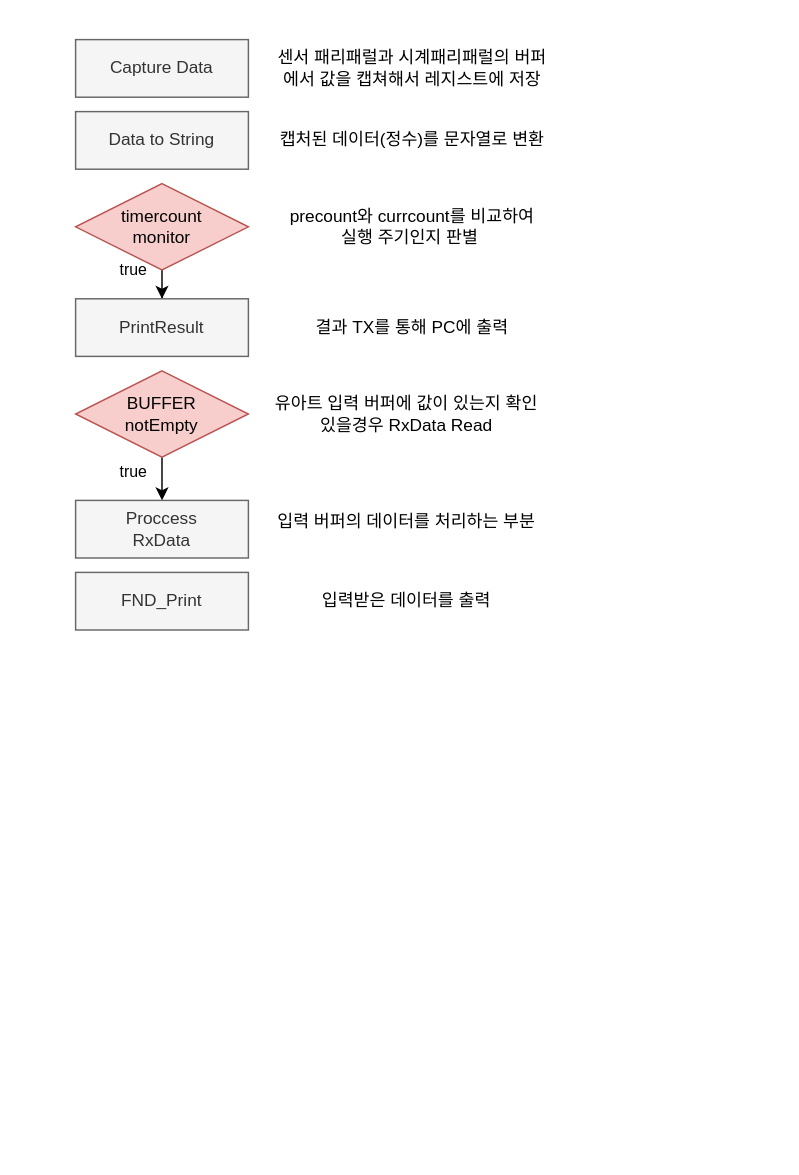
cong2738/my_RISC-V keeps this draw.io diagram as 4월 C코드 설명.drawio. Above is the earlier version. Source tidied: cells renumbered, new cells numbered last; positions are measured from the earlier drawing's top-left corner, leaving out a move shared by most shapes. Both pictures are drawn from the tidied source at 144%, with x=0, y=0 at pixel (75, 39).
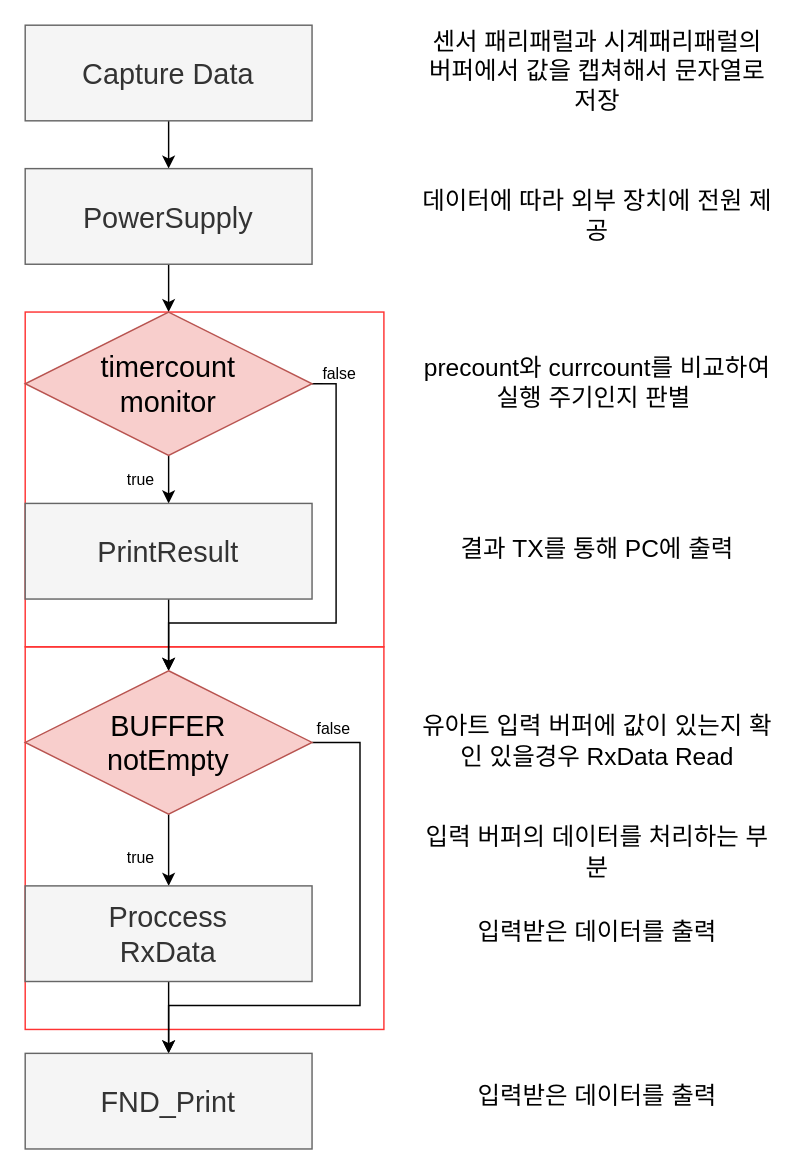
Above is the later version.

The edit, as a diff of the source:
```diff
@@
+    <mxCell id="18" style="rounded=0;whiteSpace=wrap;html=1;fillColor=none;strokeColor=#FF3333;" parent="1" vertex="1">
+      <mxGeometry x="-35" y="189.2" width="249.1" height="232.5" as="geometry" />
+    </mxCell>
+    <mxCell id="19" style="rounded=0;whiteSpace=wrap;html=1;fillColor=none;strokeColor=#FF3333;" parent="1" vertex="1">
+      <mxGeometry x="-35" y="421.7" width="249.1" height="265.7" as="geometry" />
+    </mxCell>
+    <mxCell id="20" style="edgeStyle=orthogonalEdgeStyle;rounded=0;jettySize=auto;html=1;entryX=0.5;entryY=0;entryDx=0;entryDy=0;" parent="1" edge="1" source="2" target="22">
+      <mxGeometry relative="1" as="geometry" />
+    </mxCell>
-    <mxCell id="2" value="Capture Data" style="rounded=0;whiteSpace=wrap;html=1;fillColor=#f5f5f5;fontColor=#333333;strokeColor=#666666;" parent="1" vertex="1">
-      <mxGeometry width="120" height="40" as="geometry" />
+    <mxCell id="2" value="Capture Data" style="rounded=0;whiteSpace=wrap;html=1;fillColor=#f5f5f5;fontColor=#333333;strokeColor=#666666;fontSize=20;" parent="1" vertex="1">
+      <mxGeometry x="-35" y="-10" width="199.2" height="66.4" as="geometry" />
     </mxCell>
-    <mxCell id="3" value="Data to String" style="rounded=0;whiteSpace=wrap;html=1;fillColor=#f5f5f5;fontColor=#333333;strokeColor=#666666;" parent="1" vertex="1">
-      <mxGeometry y="50" width="120" height="40" as="geometry" />
-    </mxCell>
+    <mxCell id="21" style="edgeStyle=orthogonalEdgeStyle;rounded=0;jettySize=auto;html=1;entryX=0.5;entryY=0;entryDx=0;entryDy=0;" parent="1" edge="1" source="22" target="5">
+      <mxGeometry relative="1" as="geometry" />
+    </mxCell>
+    <mxCell id="22" value="PowerSupply" style="rounded=0;whiteSpace=wrap;html=1;fillColor=#f5f5f5;fontColor=#333333;strokeColor=#666666;fontSize=20;" parent="1" vertex="1">
+      <mxGeometry x="-35" y="89.6" width="199.2" height="66.4" as="geometry" />
+    </mxCell>
@@
+    <mxCell id="23" style="edgeStyle=orthogonalEdgeStyle;rounded=0;jettySize=auto;html=1;entryX=0.5;entryY=0;entryDx=0;entryDy=0;" parent="1" edge="1" source="5" target="8">
+      <mxGeometry relative="1" as="geometry">
+        <Array as="points">
+          <mxPoint x="180.9" y="239.1" />
+          <mxPoint x="180.9" y="405.1" />
+          <mxPoint x="64.6" y="405.1" />
+        </Array>
+      </mxGeometry>
+    </mxCell>
+    <mxCell id="24" value="false" style="edgeLabel;html=1;align=center;verticalAlign=middle;" parent="23" vertex="1">
+      <mxGeometry x="-0.87" y="2" relative="1" as="geometry">
+        <mxPoint y="-13" as="offset" />
+      </mxGeometry>
+    </mxCell>
-    <mxCell id="5" value="timercount&lt;div&gt;monitor&lt;/div&gt;" style="rhombus;whiteSpace=wrap;html=1;fillColor=#f8cecc;strokeColor=#b85450;" parent="1" vertex="1">
-      <mxGeometry y="100" width="120" height="60" as="geometry" />
+    <mxCell id="5" value="timercount&lt;div&gt;monitor&lt;/div&gt;" style="rhombus;whiteSpace=wrap;html=1;fillColor=#f8cecc;strokeColor=#b85450;fontSize=20;" parent="1" vertex="1">
+      <mxGeometry x="-35" y="189.2" width="199.2" height="99.6" as="geometry" />
     </mxCell>
+    <mxCell id="25" style="edgeStyle=orthogonalEdgeStyle;rounded=0;jettySize=auto;html=1;" parent="1" edge="1" source="6" target="8">
+      <mxGeometry relative="1" as="geometry" />
+    </mxCell>
-    <mxCell id="6" value="PrintResult" style="rounded=0;whiteSpace=wrap;html=1;fillColor=#f5f5f5;fontColor=#333333;strokeColor=#666666;" parent="1" vertex="1">
-      <mxGeometry y="180" width="120" height="40" as="geometry" />
+    <mxCell id="6" value="PrintResult" style="rounded=0;whiteSpace=wrap;html=1;fillColor=#f5f5f5;fontColor=#333333;strokeColor=#666666;fontSize=20;" parent="1" vertex="1">
+      <mxGeometry x="-35" y="322.1" width="199.2" height="66.4" as="geometry" />
     </mxCell>
@@
+    <mxCell id="26" style="edgeStyle=orthogonalEdgeStyle;rounded=0;jettySize=auto;html=1;entryX=0.5;entryY=0;entryDx=0;entryDy=0;" parent="1" edge="1" source="8" target="10">
+      <mxGeometry relative="1" as="geometry">
+        <Array as="points">
+          <mxPoint x="197.5" y="488.1" />
+          <mxPoint x="197.5" y="670.8" />
+          <mxPoint x="64.6" y="670.8" />
+        </Array>
+      </mxGeometry>
+    </mxCell>
+    <mxCell id="27" value="false" style="edgeLabel;html=1;align=center;verticalAlign=middle;" parent="26" vertex="1">
+      <mxGeometry x="-0.95" y="2" relative="1" as="geometry">
+        <mxPoint x="4" y="-8" as="offset" />
+      </mxGeometry>
+    </mxCell>
-    <mxCell id="8" value="BUFFER&lt;div&gt;notEmpty&lt;/div&gt;" style="rhombus;whiteSpace=wrap;html=1;fillColor=#f8cecc;strokeColor=#b85450;" parent="1" vertex="1">
-      <mxGeometry y="230" width="120" height="60" as="geometry" />
+    <mxCell id="8" value="BUFFER&lt;div&gt;notEmpty&lt;/div&gt;" style="rhombus;whiteSpace=wrap;html=1;fillColor=#f8cecc;strokeColor=#b85450;fontSize=20;" parent="1" vertex="1">
+      <mxGeometry x="-35" y="438.3" width="199.2" height="99.6" as="geometry" />
     </mxCell>
+    <mxCell id="28" style="edgeStyle=orthogonalEdgeStyle;rounded=0;jettySize=auto;html=1;" parent="1" edge="1" source="9" target="10">
+      <mxGeometry relative="1" as="geometry" />
+    </mxCell>
-    <mxCell id="9" value="Proccess&lt;br&gt;RxData" style="rounded=0;whiteSpace=wrap;html=1;fillColor=#f5f5f5;fontColor=#333333;strokeColor=#666666;" parent="1" vertex="1">
-      <mxGeometry y="320" width="120" height="40" as="geometry" />
+    <mxCell id="9" value="Proccess&lt;br&gt;RxData" style="rounded=0;whiteSpace=wrap;html=1;fillColor=#f5f5f5;fontColor=#333333;strokeColor=#666666;fontSize=20;" parent="1" vertex="1">
+      <mxGeometry x="-35" y="587.7" width="199.2" height="66.4" as="geometry" />
     </mxCell>
-    <mxCell id="10" value="FND_Print" style="rounded=0;whiteSpace=wrap;html=1;fillColor=#f5f5f5;fontColor=#333333;strokeColor=#666666;" parent="1" vertex="1">
-      <mxGeometry y="370" width="120" height="40" as="geometry" />
+    <mxCell id="10" value="FND_Print" style="rounded=0;whiteSpace=wrap;html=1;fillColor=#f5f5f5;fontColor=#333333;strokeColor=#666666;fontSize=20;" parent="1" vertex="1">
+      <mxGeometry x="-35" y="704" width="199.2" height="66.4" as="geometry" />
     </mxCell>
+    <mxCell id="29" style="group;" parent="1" vertex="1">
+      <mxGeometry x="240" y="8.2" width="245" height="741.8" as="geometry" />
+    </mxCell>
-    <mxCell id="11" value="센서 패리패럴과 시계패리패럴의 버퍼에서 값을 캡쳐해서 레지스트에 저장" style="text;html=1;align=center;verticalAlign=middle;whiteSpace=wrap;rounded=0;" parent="1" vertex="1">
-      <mxGeometry x="139" y="5" width="190" height="30" as="geometry" />
+    <mxCell id="11" value="센서 패리패럴과 시계패리패럴의 버퍼에서 값을 캡쳐해서 문자열로 저장" style="text;html=1;align=center;verticalAlign=middle;whiteSpace=wrap;rounded=0;fontSize=17;" parent="29" vertex="1">
+      <mxGeometry width="245" height="30" as="geometry" />
     </mxCell>
-    <mxCell id="12" value="캡처된 데이터(정수)를 문자열로 변환" style="text;html=1;align=center;verticalAlign=middle;whiteSpace=wrap;rounded=0;" parent="1" vertex="1">
-      <mxGeometry x="139" y="55" width="190" height="30" as="geometry" />
+    <mxCell id="12" value="데이터에 따라 외부 장치에 전원 제공" style="text;html=1;align=center;verticalAlign=middle;whiteSpace=wrap;rounded=0;fontSize=17;" parent="29" vertex="1">
+      <mxGeometry y="99.6" width="245" height="30" as="geometry" />
     </mxCell>
-    <mxCell id="13" value="precount와 currcount를 비교하여&lt;div&gt;실행 주기인지 판별&amp;nbsp;&lt;/div&gt;" style="text;html=1;align=center;verticalAlign=middle;whiteSpace=wrap;rounded=0;" parent="1" vertex="1">
-      <mxGeometry x="139" y="115" width="190" height="30" as="geometry" />
+    <mxCell id="13" value="precount와 currcount를 비교하여&lt;div&gt;실행 주기인지 판별&amp;nbsp;&lt;/div&gt;" style="text;html=1;align=center;verticalAlign=middle;whiteSpace=wrap;rounded=0;fontSize=17;" parent="29" vertex="1">
+      <mxGeometry y="215.8" width="245" height="30" as="geometry" />
     </mxCell>
-    <mxCell id="14" value="결과 TX를 통해 PC에 출력" style="text;html=1;align=center;verticalAlign=middle;whiteSpace=wrap;rounded=0;" parent="1" vertex="1">
-      <mxGeometry x="139" y="185" width="190" height="30" as="geometry" />
+    <mxCell id="14" value="결과 TX를 통해 PC에 출력" style="text;html=1;align=center;verticalAlign=middle;whiteSpace=wrap;rounded=0;fontSize=17;" parent="29" vertex="1">
+      <mxGeometry y="332.1" width="245" height="30" as="geometry" />
     </mxCell>
-    <mxCell id="15" value="유아트 입력 버퍼에 값이 있는지 확인 있을경우 RxData Read" style="text;html=1;align=center;verticalAlign=middle;whiteSpace=wrap;rounded=0;" parent="1" vertex="1">
-      <mxGeometry x="135" y="245" width="190" height="30" as="geometry" />
+    <mxCell id="15" value="유아트 입력 버퍼에 값이 있는지 확인 있을경우 RxData Read" style="text;html=1;align=center;verticalAlign=middle;whiteSpace=wrap;rounded=0;fontSize=17;" parent="29" vertex="1">
+      <mxGeometry y="464.9" width="245" height="30" as="geometry" />
     </mxCell>
-    <mxCell id="16" value="입력 버퍼의 데이터를 처리하는 부분" style="text;html=1;align=center;verticalAlign=middle;whiteSpace=wrap;rounded=0;" parent="1" vertex="1">
-      <mxGeometry x="135" y="320" width="190" height="30" as="geometry" />
+    <mxCell id="16" value="입력 버퍼의 데이터를 처리하는 부분" style="text;html=1;align=center;verticalAlign=middle;whiteSpace=wrap;rounded=0;fontSize=17;" parent="29" vertex="1">
+      <mxGeometry y="541.8" width="245" height="30" as="geometry" />
     </mxCell>
-    <mxCell id="17" value="입력받은 데이터를 출력" style="text;html=1;align=center;verticalAlign=middle;whiteSpace=wrap;rounded=0;" parent="1" vertex="1">
-      <mxGeometry x="135" y="375" width="190" height="30" as="geometry" />
+    <mxCell id="17" value="입력받은 데이터를 출력" style="text;html=1;align=center;verticalAlign=middle;whiteSpace=wrap;rounded=0;fontSize=17;" parent="29" vertex="1">
+      <mxGeometry y="597.7" width="245" height="30" as="geometry" />
     </mxCell>
+    <mxCell id="30" value="입력받은 데이터를 출력" style="text;html=1;align=center;verticalAlign=middle;whiteSpace=wrap;rounded=0;fontSize=17;" parent="29" vertex="1">
+      <mxGeometry y="711.8" width="245" height="30" as="geometry" />
+    </mxCell>
```
